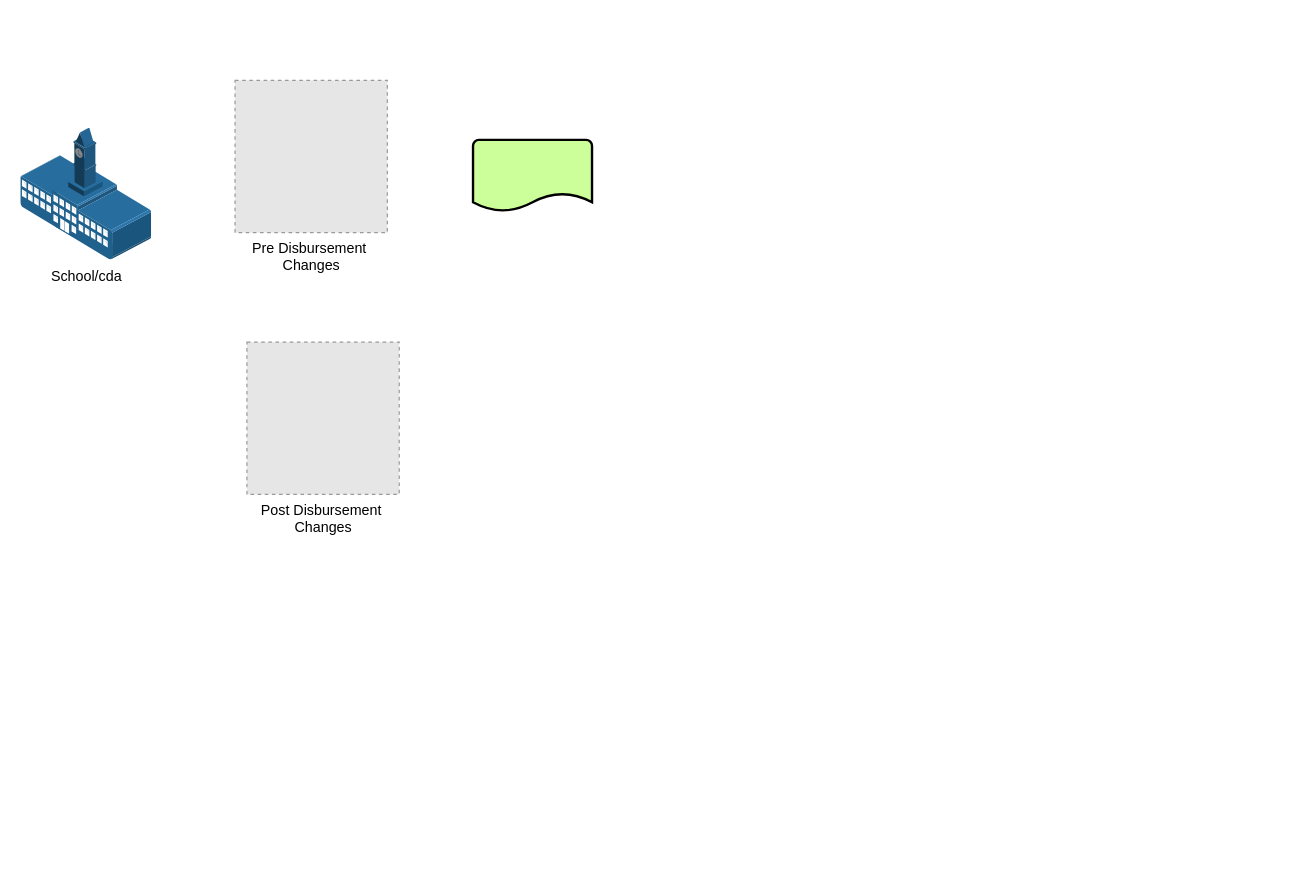
The draw.io diagram ChangeFiles.drawio in lbarrow-work/wired-brain-recipes, before the edit. Source tidied: cells renumbered, new cells numbered last; positions are measured from the earlier drawing's top-left corner, leaving out a move shared by most shapes. Both pictures are drawn from the tidied source at 119%, with x=0, y=0 at pixel (20, 80). Pictures stored in the file or linked from it are replaced by grey dashed boxes.
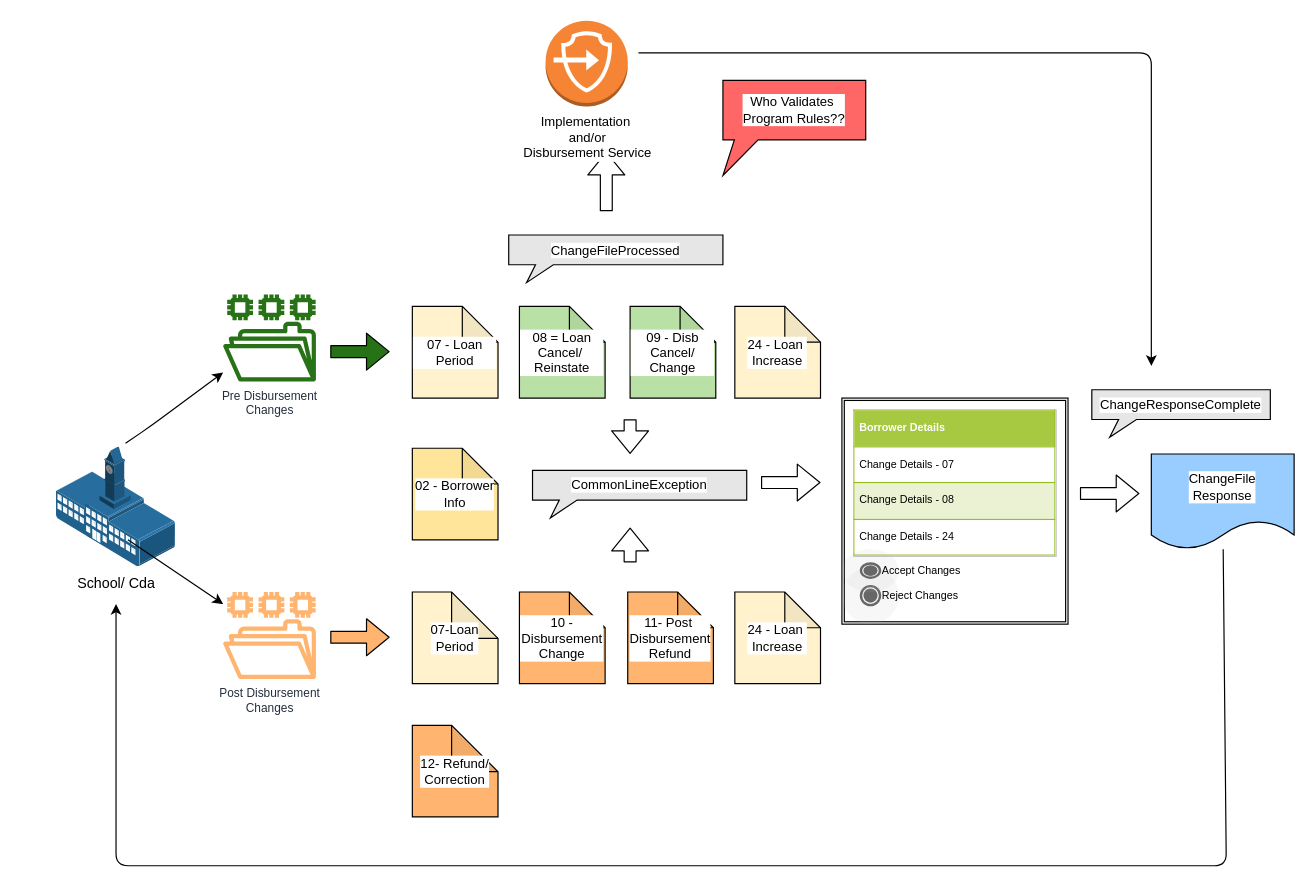
The same page after the edit.

Diff of the diagram source:
```diff
@@
-    <mxCell id="2" value="School/cda" style="points=[];html=1;align=center;shadow=0;dashed=0;image;image=img/lib/allied_telesis/buildings/School_Building.svg;labelBackgroundColor=white;fillColor=#FFFF99;" parent="1" vertex="1">
-      <mxGeometry y="40" width="110" height="111.2" as="geometry" />
+    <mxCell id="2" value="School/ Cda" style="points=[];html=1;align=center;shadow=0;dashed=0;image;image=img/lib/allied_telesis/buildings/School_Building.svg;labelBackgroundColor=white;fillColor=#FFFF99;" parent="1" vertex="1">
+      <mxGeometry x="30" y="307.9" width="100" height="101.1" as="geometry" />
     </mxCell>
+    <mxCell id="6" value="07 - Loan Period" style="shape=note;whiteSpace=wrap;html=1;backgroundOutline=1;darkOpacity=0.05;labelBackgroundColor=white;fillColor=#FFF2CC;verticalAlign=middle;fontSize=11;" parent="1" vertex="1">
+      <mxGeometry x="329" y="190" width="72" height="77" as="geometry" />
+    </mxCell>
+    <mxCell id="7" value="08 = Loan Cancel/&amp;nbsp;&lt;br style=&quot;font-size: 11px;&quot;&gt;Reinstate" style="shape=note;whiteSpace=wrap;html=1;backgroundOutline=1;darkOpacity=0.05;labelBackgroundColor=white;fillColor=#B9E0A5;verticalAlign=middle;fontSize=11;" parent="1" vertex="1">
+      <mxGeometry x="419" y="190" width="72" height="77" as="geometry" />
+    </mxCell>
+    <mxCell id="8" value="09 - Disb&lt;br style=&quot;font-size: 11px;&quot;&gt;Cancel/ Change" style="shape=note;whiteSpace=wrap;html=1;backgroundOutline=1;darkOpacity=0.05;labelBackgroundColor=white;fillColor=#B9E0A5;verticalAlign=middle;fontSize=11;" parent="1" vertex="1">
+      <mxGeometry x="512" y="190" width="72" height="77" as="geometry" />
+    </mxCell>
+    <mxCell id="9" value="24 - Loan&amp;nbsp;&lt;br style=&quot;font-size: 11px;&quot;&gt;Increase" style="shape=note;whiteSpace=wrap;html=1;backgroundOutline=1;darkOpacity=0.05;labelBackgroundColor=white;fillColor=#FFF2CC;verticalAlign=middle;fontSize=11;" parent="1" vertex="1">
+      <mxGeometry x="600" y="190" width="72" height="77" as="geometry" />
+    </mxCell>
+    <mxCell id="10" value="02 - Borrower&lt;br style=&quot;font-size: 11px;&quot;&gt;Info" style="shape=note;whiteSpace=wrap;html=1;backgroundOutline=1;darkOpacity=0.05;labelBackgroundColor=white;fillColor=#FFE599;verticalAlign=middle;fontSize=11;" parent="1" vertex="1">
+      <mxGeometry x="329" y="309.2" width="72" height="77" as="geometry" />
+    </mxCell>
+    <mxCell id="11" value="07-Loan&lt;br style=&quot;font-size: 11px;&quot;&gt;Period" style="shape=note;whiteSpace=wrap;html=1;backgroundOutline=1;darkOpacity=0.05;labelBackgroundColor=white;fillColor=#FFF2CC;verticalAlign=middle;size=39;fontSize=11;" parent="1" vertex="1">
+      <mxGeometry x="329" y="430" width="72" height="77" as="geometry" />
+    </mxCell>
+    <mxCell id="12" value="10 - Disbursement&lt;br style=&quot;font-size: 11px;&quot;&gt;Change" style="shape=note;whiteSpace=wrap;html=1;backgroundOutline=1;darkOpacity=0.05;labelBackgroundColor=white;fillColor=#FFB570;verticalAlign=middle;fontSize=11;" parent="1" vertex="1">
+      <mxGeometry x="419" y="430" width="72" height="77" as="geometry" />
+    </mxCell>
+    <mxCell id="13" value="11- Post&amp;nbsp;&lt;br style=&quot;font-size: 11px;&quot;&gt;Disbursement&lt;br style=&quot;font-size: 11px;&quot;&gt;Refund" style="shape=note;whiteSpace=wrap;html=1;backgroundOutline=1;darkOpacity=0.05;labelBackgroundColor=white;fillColor=#FFB570;verticalAlign=middle;fontSize=11;" parent="1" vertex="1">
+      <mxGeometry x="510" y="430" width="72" height="77" as="geometry" />
+    </mxCell>
+    <mxCell id="14" value="12- Refund/&lt;br style=&quot;font-size: 11px;&quot;&gt;Correction" style="shape=note;whiteSpace=wrap;html=1;backgroundOutline=1;darkOpacity=0.05;labelBackgroundColor=white;fillColor=#FFB570;verticalAlign=middle;size=39;fontSize=11;" parent="1" vertex="1">
+      <mxGeometry x="329" y="542" width="72" height="77" as="geometry" />
+    </mxCell>
+    <mxCell id="15" value="24 - Loan&amp;nbsp;&lt;br style=&quot;font-size: 11px;&quot;&gt;Increase" style="shape=note;whiteSpace=wrap;html=1;backgroundOutline=1;darkOpacity=0.05;labelBackgroundColor=white;fillColor=#FFF2CC;verticalAlign=middle;fontSize=11;" parent="1" vertex="1">
+      <mxGeometry x="600" y="430" width="72" height="77" as="geometry" />
+    </mxCell>
-    <mxCell id="3" value="Pre Disbursement&amp;nbsp;&lt;br&gt;Changes" style="fillColor=#E6E6E6;strokeColor=#999999;dashed=1;html=1;verticalAlign=top;verticalLabelPosition=bottom;labelBackgroundColor=#ffffff;" parent="1" vertex="1">
-      <mxGeometry x="180" width="128" height="128" as="geometry" />
+    <mxCell id="3" value="Pre Disbursement&lt;br style=&quot;font-size: 10px;&quot;&gt;Changes" style="outlineConnect=0;fontColor=#232F3E;gradientColor=none;fillColor=#277116;strokeColor=none;dashed=0;verticalLabelPosition=bottom;verticalAlign=top;align=center;html=1;fontSize=10;fontStyle=0;shape=mxgraph.aws4.file_system;labelBackgroundColor=white;" parent="1" vertex="1">
+      <mxGeometry x="170" y="180" width="78" height="73" as="geometry" />
     </mxCell>
-    <mxCell id="4" value="Post Disbursement&amp;nbsp;&lt;br&gt;Changes" style="fillColor=#E6E6E6;strokeColor=#999999;dashed=1;html=1;verticalAlign=top;verticalLabelPosition=bottom;labelBackgroundColor=#ffffff;" parent="1" vertex="1">
-      <mxGeometry x="190" y="220" width="128" height="128" as="geometry" />
+    <mxCell id="4" value="Post Disbursement&lt;br style=&quot;font-size: 10px;&quot;&gt;Changes" style="outlineConnect=0;fontColor=#232F3E;gradientColor=none;fillColor=#FFB570;strokeColor=none;dashed=0;verticalLabelPosition=bottom;verticalAlign=top;align=center;html=1;fontSize=10;fontStyle=0;shape=mxgraph.aws4.file_system;labelBackgroundColor=white;" parent="1" vertex="1">
+      <mxGeometry x="170" y="430" width="78" height="73" as="geometry" />
     </mxCell>
-    <mxCell id="5" style="strokeWidth=2;html=1;shape=mxgraph.flowchart.document2;whiteSpace=wrap;size=0.25;labelBackgroundColor=white;fillColor=#CCFF99;verticalAlign=top;" parent="1" vertex="1">
-      <mxGeometry x="380" y="50" width="100" height="60" as="geometry" />
-    </mxCell>
+    <mxCell id="16" style="endArrow=classic;html=1;fontSize=11;exitX=0.58;exitY=-0.029;exitDx=0;exitDy=0;exitPerimeter=0;" parent="1" edge="1" source="2" target="3">
+      <mxGeometry relative="1" as="geometry">
+        <Array as="points">
+          <mxPoint x="110" y="290" />
+        </Array>
+      </mxGeometry>
+    </mxCell>
+    <mxCell id="17" style="endArrow=classic;html=1;fontSize=11;" parent="1" edge="1" target="4">
+      <mxGeometry relative="1" as="geometry">
+        <mxPoint x="90" y="386" as="sourcePoint" />
+      </mxGeometry>
+    </mxCell>
+    <mxCell id="18" value="ChangeFileProcessed" style="whiteSpace=wrap;html=1;shape=mxgraph.basic.rectCallout;dx=30;dy=15;boundedLbl=1;labelBackgroundColor=white;fontSize=11;fillColor=#E6E6E6;verticalAlign=middle;" parent="1" vertex="1">
+      <mxGeometry x="410" y="130" width="180" height="40" as="geometry" />
+    </mxCell>
+    <mxCell id="19" style="shape=flexArrow;endArrow=classic;html=1;fontSize=11;" parent="1" edge="1">
+      <mxGeometry relative="1" as="geometry">
+        <mxPoint x="492" y="110" as="sourcePoint" />
+        <mxPoint x="492" y="60" as="targetPoint" />
+      </mxGeometry>
+    </mxCell>
+    <mxCell id="20" value="Who Validates&amp;nbsp;&lt;br&gt;Program Rules??" style="shape=callout;whiteSpace=wrap;html=1;perimeter=calloutPerimeter;labelBackgroundColor=white;fontSize=11;fillColor=#FF6666;verticalAlign=middle;size=30;position=0.08;position2=0;" parent="1" vertex="1">
+      <mxGeometry x="590" width="120" height="80" as="geometry" />
+    </mxCell>
+    <mxCell id="21" value="Implementation&amp;nbsp;&lt;br&gt;and/or&lt;br&gt;Disbursement Service" style="dashed=0;verticalLabelPosition=bottom;verticalAlign=top;align=center;html=1;shape=mxgraph.aws3.endpoints;fillColor=#F58534;gradientColor=none;labelBackgroundColor=white;fontSize=11;" parent="1" vertex="1">
+      <mxGeometry x="441" y="-50" width="69" height="72" as="geometry" />
+    </mxCell>
+    <mxCell id="22" value="CommonLineException" style="whiteSpace=wrap;html=1;shape=mxgraph.basic.rectCallout;dx=30;dy=15;boundedLbl=1;labelBackgroundColor=white;fontSize=11;fillColor=#E6E6E6;verticalAlign=middle;" parent="1" vertex="1">
+      <mxGeometry x="430" y="327.7" width="180" height="40" as="geometry" />
+    </mxCell>
+    <mxCell id="23" value="ChangeFile&lt;br&gt;Response" style="shape=document;whiteSpace=wrap;html=1;boundedLbl=1;labelBackgroundColor=white;fontSize=11;fillColor=#99CCFF;verticalAlign=middle;" parent="1" vertex="1">
+      <mxGeometry x="950" y="314" width="120" height="80" as="geometry" />
+    </mxCell>
+    <mxCell id="24" style="endArrow=classic;html=1;fontSize=11;" parent="1" edge="1" source="23">
+      <mxGeometry relative="1" as="geometry">
+        <mxPoint x="80" y="440" as="targetPoint" />
+        <Array as="points">
+          <mxPoint x="1013" y="660" />
+          <mxPoint x="80" y="660" />
+        </Array>
+      </mxGeometry>
+    </mxCell>
+    <mxCell id="25" style="shape=ext;double=1;whiteSpace=wrap;html=1;labelBackgroundColor=white;fontSize=11;fillColor=#FFFFFF;verticalAlign=middle;" parent="1" vertex="1">
+      <mxGeometry x="690" y="267" width="190" height="190" as="geometry" />
+    </mxCell>
+    <mxCell id="26" style="shape=ellipse;labelPosition=right;align=left;strokeColor=none;fillColor=#B0B0B0;opacity=10;labelBackgroundColor=white;fontSize=9;html=1;" parent="1" vertex="1">
+      <mxGeometry x="690" y="409" width="48" height="48" as="geometry" />
+    </mxCell>
+    <mxCell id="27" value="Reject Changes" style="dashed=0;labelPosition=right;align=left;shape=mxgraph.gmdl.radiobutton;strokeColor=#676767;fillColor=#676767;strokeWidth=2;fontSize=9;" parent="26" vertex="1">
+      <mxGeometry x="16" y="16" width="16" height="16" as="geometry" />
+    </mxCell>
+    <mxCell id="28" value="&lt;table border=&quot;1&quot; width=&quot;100%&quot; cellpadding=&quot;4&quot; style=&quot;width: 100% ; height: 100% ; border-collapse: collapse ; font-size: 9px&quot;&gt;&lt;tbody style=&quot;font-size: 9px&quot;&gt;&lt;tr style=&quot;background-color: rgb(167 , 201 , 66) ; color: rgb(255 , 255 , 255) ; border: 1px solid rgb(152 , 191 , 33) ; font-size: 9px&quot;&gt;&lt;th align=&quot;left&quot; style=&quot;font-size: 9px&quot;&gt;Borrower Details&lt;/th&gt;&lt;/tr&gt;&lt;tr style=&quot;border: 1px solid rgb(152 , 191 , 33) ; font-size: 9px&quot;&gt;&lt;td style=&quot;font-size: 9px&quot;&gt;Change Details - 07&lt;/td&gt;&lt;/tr&gt;&lt;tr style=&quot;background-color: rgb(234 , 242 , 211) ; border: 1px solid rgb(152 , 191 , 33) ; font-size: 9px&quot;&gt;&lt;td style=&quot;font-size: 9px&quot;&gt;Change Details - 08&lt;/td&gt;&lt;/tr&gt;&lt;tr style=&quot;border: 1px solid rgb(152 , 191 , 33) ; font-size: 9px&quot;&gt;&lt;td style=&quot;font-size: 9px&quot;&gt;Change Details - 24&lt;/td&gt;&lt;/tr&gt;&lt;/tbody&gt;&lt;/table&gt;" style="text;html=1;strokeColor=#c0c0c0;fillColor=#ffffff;overflow=fill;rounded=0;labelBackgroundColor=white;fontSize=9;verticalAlign=middle;" parent="1" vertex="1">
+      <mxGeometry x="700" y="277" width="170" height="123" as="geometry" />
+    </mxCell>
+    <mxCell id="29" style="shape=ellipse;labelPosition=right;align=left;strokeColor=none;fillColor=#B0B0B0;opacity=10;labelBackgroundColor=white;fontSize=9;html=1;" parent="1" vertex="1">
+      <mxGeometry x="690" y="394" width="48" height="36" as="geometry" />
+    </mxCell>
+    <mxCell id="30" value="Accept Changes" style="dashed=0;labelPosition=right;align=left;shape=mxgraph.gmdl.radiobutton;strokeColor=#676767;fillColor=#676767;strokeWidth=2;fontSize=9;" parent="29" vertex="1">
+      <mxGeometry x="16" y="12" width="16" height="12" as="geometry" />
+    </mxCell>
+    <mxCell id="31" style="shape=flexArrow;endArrow=classic;html=1;fontSize=11;" parent="1" edge="1">
+      <mxGeometry relative="1" as="geometry">
+        <mxPoint x="622" y="338" as="sourcePoint" />
+        <mxPoint x="672" y="338" as="targetPoint" />
+      </mxGeometry>
+    </mxCell>
+    <mxCell id="32" style="shape=flexArrow;endArrow=classic;html=1;fontSize=11;" parent="1" edge="1">
+      <mxGeometry relative="1" as="geometry">
+        <mxPoint x="890" y="347.2" as="sourcePoint" />
+        <mxPoint x="940" y="347.2" as="targetPoint" />
+      </mxGeometry>
+    </mxCell>
+    <mxCell id="33" value="ChangeResponseComplete" style="whiteSpace=wrap;html=1;shape=mxgraph.basic.rectCallout;dx=30;dy=15;boundedLbl=1;labelBackgroundColor=white;fontSize=11;fillColor=#E6E6E6;verticalAlign=middle;" parent="1" vertex="1">
+      <mxGeometry x="900" y="260" width="150" height="40" as="geometry" />
+    </mxCell>
+    <mxCell id="34" style="edgeStyle=segmentEdgeStyle;endArrow=classic;html=1;fontSize=9;" parent="1" edge="1">
+      <mxGeometry relative="1" as="geometry">
+        <mxPoint x="519" y="-23" as="sourcePoint" />
+        <mxPoint x="950" y="240" as="targetPoint" />
+      </mxGeometry>
+    </mxCell>
+    <mxCell id="35" style="shape=flexArrow;endArrow=classic;html=1;fontSize=11;fillColor=#277116;" parent="1" edge="1">
+      <mxGeometry relative="1" as="geometry">
+        <mxPoint x="260" y="228" as="sourcePoint" />
+        <mxPoint x="310" y="228" as="targetPoint" />
+      </mxGeometry>
+    </mxCell>
+    <mxCell id="36" style="shape=flexArrow;endArrow=classic;html=1;fontSize=11;fillColor=#FFB570;" parent="1" edge="1">
+      <mxGeometry relative="1" as="geometry">
+        <mxPoint x="260" y="468" as="sourcePoint" />
+        <mxPoint x="310" y="468" as="targetPoint" />
+      </mxGeometry>
+    </mxCell>
+    <mxCell id="37" style="shape=flexArrow;endArrow=classic;html=1;fontSize=11;" parent="1" edge="1">
+      <mxGeometry relative="1" as="geometry">
+        <mxPoint x="512" y="284.8" as="sourcePoint" />
+        <mxPoint x="512" y="314" as="targetPoint" />
+      </mxGeometry>
+    </mxCell>
+    <mxCell id="38" style="shape=flexArrow;endArrow=classic;html=1;fontSize=11;" parent="1" edge="1">
+      <mxGeometry relative="1" as="geometry">
+        <mxPoint x="512" y="405.1" as="sourcePoint" />
+        <mxPoint x="512" y="375.9" as="targetPoint" />
+      </mxGeometry>
+    </mxCell>
```
